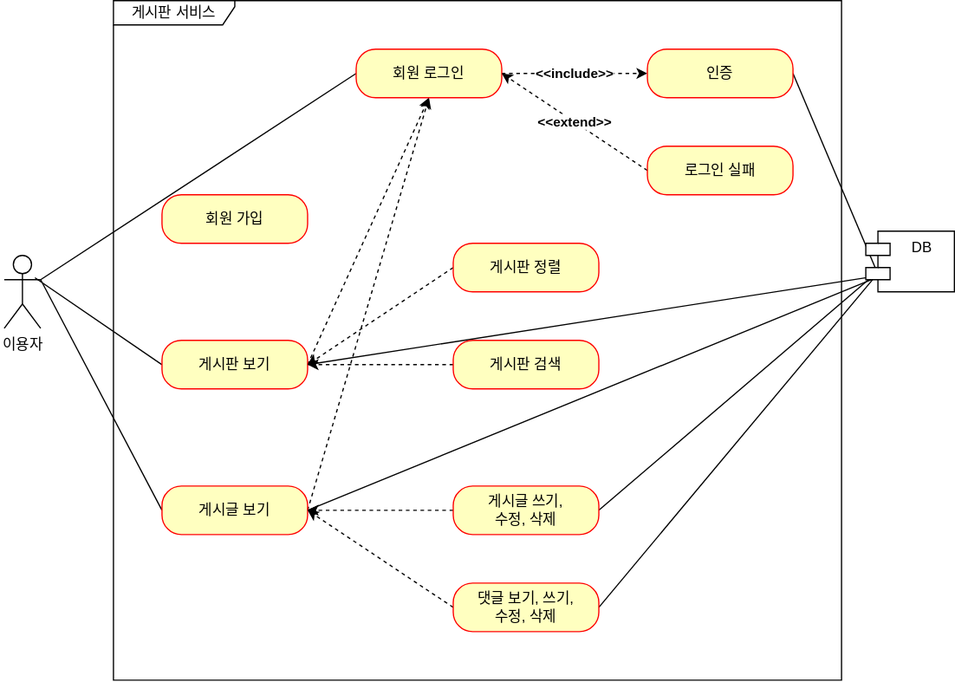
The draw.io diagram document/usecase.drawio.svg in Seong-Hoon-Lim/fastcampus-board-project, before a commit. Source tidied: cells renumbered, new cells last; positions are measured from the earlier drawing's top-left corner, leaving out a move shared by most shapes.
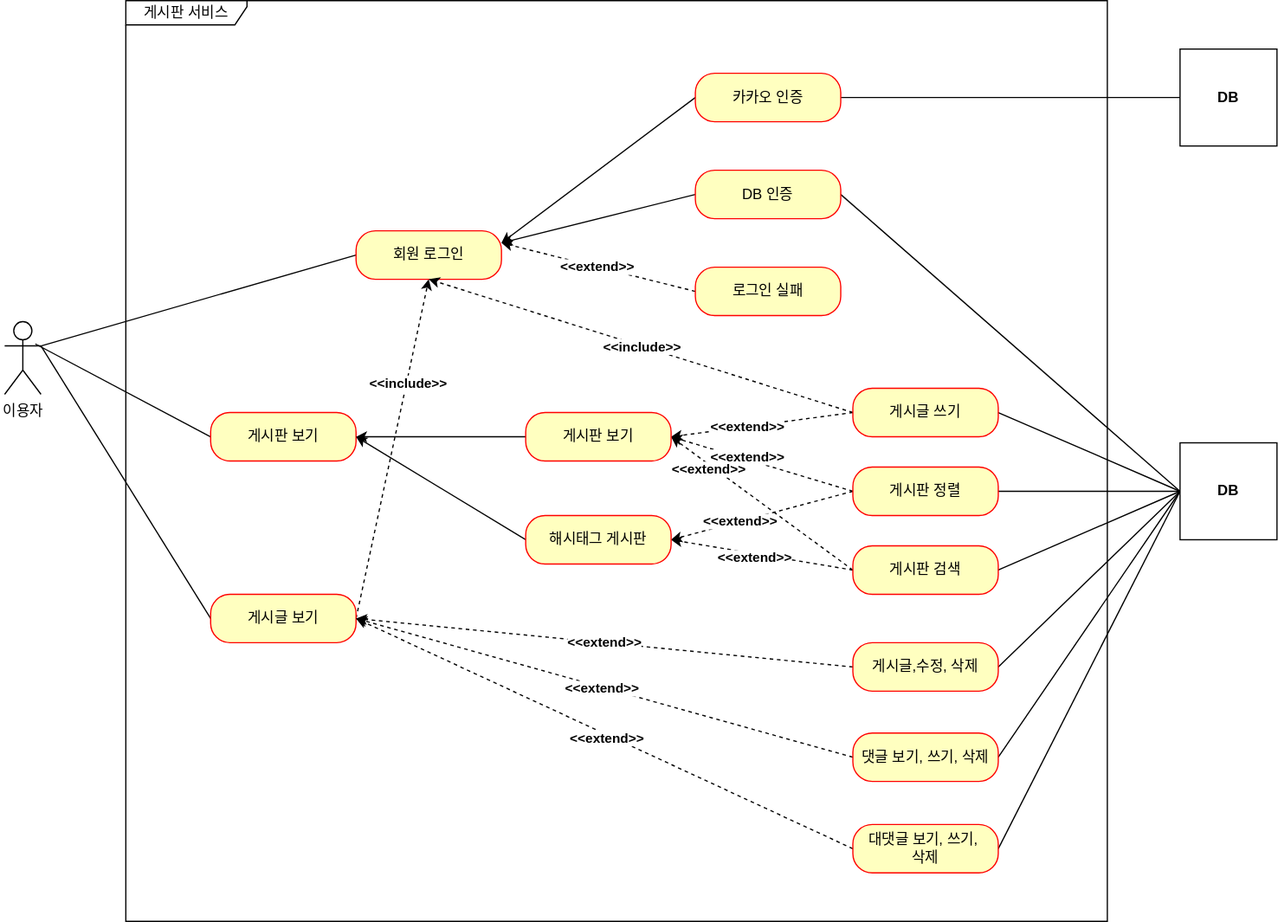
After the commit.

Commit message:
#46 - 게시판 고도화 작업으로 usecase 업데이트

What changed in the source:
```diff
@@ -3,22 +3,16 @@
     <mxCell id="0" />
     <mxCell id="1" parent="0" />
     <mxCell id="2" value="이용자" style="shape=umlActor;verticalLabelPosition=bottom;verticalAlign=top;html=1;" parent="1" vertex="1">
-      <mxGeometry y="210" width="30" height="60" as="geometry" />
+      <mxGeometry x="-80" y="185" width="30" height="60" as="geometry" />
     </mxCell>
     <mxCell id="3" value="게시판 서비스" style="shape=umlFrame;whiteSpace=wrap;html=1;width=100;height=20;" parent="1" vertex="1">
-      <mxGeometry x="90" width="600" height="560" as="geometry" />
+      <mxGeometry x="20" y="-80" width="810" height="760" as="geometry" />
     </mxCell>
     <mxCell id="4" style="rounded=0;jettySize=auto;html=1;exitX=0;exitY=0.5;exitDx=0;exitDy=0;entryX=0.844;entryY=0.306;entryDx=0;entryDy=0;entryPerimeter=0;endArrow=none;endFill=0;" parent="1" edge="1" source="7" target="2">
       <mxGeometry relative="1" as="geometry" />
     </mxCell>
-    <mxCell id="5" style="rounded=0;jettySize=auto;html=1;exitX=1;exitY=0.5;exitDx=0;exitDy=0;entryX=0.5;entryY=1;entryDx=0;entryDy=0;dashed=1;" parent="1" edge="1" source="7" target="14">
-      <mxGeometry relative="1" as="geometry" />
-    </mxCell>
-    <mxCell id="6" style="rounded=0;jettySize=auto;html=1;exitX=1;exitY=0.5;exitDx=0;exitDy=0;entryX=0.119;entryY=0.74;entryDx=0;entryDy=0;entryPerimeter=0;endArrow=none;endFill=0;" parent="1" edge="1" source="7" target="30">
-      <mxGeometry relative="1" as="geometry" />
-    </mxCell>
     <mxCell id="7" value="게시판 보기" style="rounded=1;whiteSpace=wrap;html=1;arcSize=40;fontColor=#000000;fillColor=#ffffc0;strokeColor=#ff0000;" parent="1" vertex="1">
-      <mxGeometry x="130" y="280" width="120" height="40" as="geometry" />
+      <mxGeometry x="90" y="260" width="120" height="40" as="geometry" />
     </mxCell>
     <mxCell id="8" style="rounded=0;jettySize=auto;html=1;exitX=0;exitY=0.5;exitDx=0;exitDy=0;entryX=1;entryY=0.3333333333333333;entryDx=0;entryDy=0;entryPerimeter=0;endArrow=none;endFill=0;" parent="1" edge="1" source="11" target="2">
       <mxGeometry relative="1" as="geometry" />
@@ -26,68 +20,156 @@
     <mxCell id="9" style="rounded=0;jettySize=auto;html=1;exitX=1;exitY=0.5;exitDx=0;exitDy=0;entryX=0.5;entryY=1;entryDx=0;entryDy=0;dashed=1;" parent="1" edge="1" source="11" target="14">
       <mxGeometry relative="1" as="geometry" />
     </mxCell>
-    <mxCell id="10" style="rounded=0;jettySize=auto;html=1;exitX=1;exitY=0.5;exitDx=0;exitDy=0;entryX=0.119;entryY=0.767;entryDx=0;entryDy=0;entryPerimeter=0;endArrow=none;endFill=0;" parent="1" edge="1" source="11" target="30">
-      <mxGeometry relative="1" as="geometry" />
-    </mxCell>
+    <mxCell id="31" value="&lt;b&gt;&amp;lt;&amp;lt;include&amp;gt;&amp;gt;&lt;/b&gt;" style="edgeLabel;html=1;align=center;verticalAlign=middle;" parent="9" vertex="1">
+      <mxGeometry x="0.39" y="-1" relative="1" as="geometry" />
+    </mxCell>
     <mxCell id="11" value="게시글 보기" style="rounded=1;whiteSpace=wrap;html=1;arcSize=40;fontColor=#000000;fillColor=#ffffc0;strokeColor=#ff0000;" parent="1" vertex="1">
-      <mxGeometry x="130" y="400" width="120" height="40" as="geometry" />
+      <mxGeometry x="90" y="410" width="120" height="40" as="geometry" />
     </mxCell>
     <mxCell id="12" style="rounded=0;jettySize=auto;html=1;exitX=0;exitY=0.5;exitDx=0;exitDy=0;entryX=1;entryY=0.3333333333333333;entryDx=0;entryDy=0;entryPerimeter=0;endArrow=none;endFill=0;" parent="1" edge="1" source="14" target="2">
       <mxGeometry relative="1" as="geometry" />
     </mxCell>
-    <mxCell id="13" value="&lt;b&gt;&amp;lt;&amp;lt;include&amp;gt;&amp;gt;&lt;/b&gt;" style="rounded=0;jettySize=auto;html=1;exitX=1;exitY=0.5;exitDx=0;exitDy=0;entryX=0;entryY=0.5;entryDx=0;entryDy=0;dashed=1;" parent="1" edge="1" source="14" target="26">
-      <mxGeometry relative="1" as="geometry" />
-    </mxCell>
     <mxCell id="14" value="회원 로그인" style="rounded=1;whiteSpace=wrap;html=1;arcSize=40;fontColor=#000000;fillColor=#ffffc0;strokeColor=#ff0000;" parent="1" vertex="1">
-      <mxGeometry x="290" y="40" width="120" height="40" as="geometry" />
+      <mxGeometry x="210" y="110" width="120" height="40" as="geometry" />
     </mxCell>
-    <mxCell id="15" style="rounded=0;jettySize=auto;html=1;exitX=0;exitY=0.5;exitDx=0;exitDy=0;dashed=1;entryX=1;entryY=0.5;entryDx=0;entryDy=0;" parent="1" edge="1" source="16" target="7">
-      <mxGeometry relative="1" as="geometry" />
-    </mxCell>
+    <mxCell id="32" style="rounded=0;jettySize=auto;html=1;exitX=1;exitY=0.5;exitDx=0;exitDy=0;entryX=0;entryY=0.5;entryDx=0;entryDy=0;endArrow=none;endFill=0;" parent="1" edge="1" source="16" target="66">
+      <mxGeometry relative="1" as="geometry" />
+    </mxCell>
+    <mxCell id="33" style="rounded=0;jettySize=auto;html=1;exitX=0;exitY=0.5;exitDx=0;exitDy=0;entryX=1;entryY=0.5;entryDx=0;entryDy=0;strokeColor=none;dashed=1;" parent="1" edge="1" source="16" target="63">
+      <mxGeometry relative="1" as="geometry" />
+    </mxCell>
+    <mxCell id="34" style="rounded=0;jettySize=auto;html=1;exitX=0;exitY=0.5;exitDx=0;exitDy=0;entryX=1;entryY=0.5;entryDx=0;entryDy=0;dashed=1;" parent="1" edge="1" source="16" target="63">
+      <mxGeometry relative="1" as="geometry" />
+    </mxCell>
+    <mxCell id="35" value="&lt;b&gt;&amp;lt;&amp;lt;extend&amp;gt;&amp;gt;&lt;/b&gt;" style="edgeLabel;html=1;align=center;verticalAlign=middle;" parent="34" vertex="1">
+      <mxGeometry x="0.18" y="-2" relative="1" as="geometry" />
+    </mxCell>
+    <mxCell id="36" style="rounded=0;jettySize=auto;html=1;exitX=0;exitY=0.5;exitDx=0;exitDy=0;entryX=1;entryY=0.5;entryDx=0;entryDy=0;dashed=1;" parent="1" edge="1" source="16" target="65">
+      <mxGeometry relative="1" as="geometry" />
+    </mxCell>
+    <mxCell id="37" value="&lt;b&gt;&amp;lt;&amp;lt;extend&amp;gt;&amp;gt;&lt;/b&gt;" style="edgeLabel;html=1;align=center;verticalAlign=middle;" parent="36" vertex="1">
+      <mxGeometry x="0.24" y="-1" relative="1" as="geometry" />
+    </mxCell>
     <mxCell id="16" value="게시판 정렬" style="rounded=1;whiteSpace=wrap;html=1;arcSize=40;fontColor=#000000;fillColor=#ffffc0;strokeColor=#ff0000;" parent="1" vertex="1">
-      <mxGeometry x="370" y="200" width="120" height="40" as="geometry" />
+      <mxGeometry x="620" y="305" width="120" height="40" as="geometry" />
     </mxCell>
-    <mxCell id="17" style="rounded=0;jettySize=auto;html=1;exitX=0;exitY=0.5;exitDx=0;exitDy=0;dashed=1;entryX=1;entryY=0.5;entryDx=0;entryDy=0;" parent="1" edge="1" source="18" target="7">
-      <mxGeometry relative="1" as="geometry" />
-    </mxCell>
+    <mxCell id="38" style="rounded=0;jettySize=auto;html=1;exitX=1;exitY=0.5;exitDx=0;exitDy=0;entryX=0;entryY=0.5;entryDx=0;entryDy=0;endArrow=none;endFill=0;" parent="1" edge="1" source="18" target="66">
+      <mxGeometry relative="1" as="geometry" />
+    </mxCell>
+    <mxCell id="39" style="rounded=0;jettySize=auto;html=1;exitX=0;exitY=0.5;exitDx=0;exitDy=0;entryX=1;entryY=0.5;entryDx=0;entryDy=0;dashed=1;" parent="1" edge="1" source="18" target="63">
+      <mxGeometry relative="1" as="geometry" />
+    </mxCell>
+    <mxCell id="40" value="&lt;b&gt;&amp;lt;&amp;lt;extend&amp;gt;&amp;gt;&lt;/b&gt;" style="edgeLabel;html=1;align=center;verticalAlign=middle;" parent="39" vertex="1">
+      <mxGeometry x="0.57" y="3" relative="1" as="geometry" />
+    </mxCell>
+    <mxCell id="41" style="rounded=0;jettySize=auto;html=1;exitX=0;exitY=0.5;exitDx=0;exitDy=0;dashed=1;entryX=1;entryY=0.5;entryDx=0;entryDy=0;" parent="1" edge="1" source="18" target="65">
+      <mxGeometry relative="1" as="geometry" />
+    </mxCell>
+    <mxCell id="42" value="&lt;b&gt;&amp;lt;&amp;lt;extend&amp;gt;&amp;gt;&lt;/b&gt;" style="edgeLabel;html=1;align=center;verticalAlign=middle;" parent="41" vertex="1">
+      <mxGeometry x="0.08" y="3" relative="1" as="geometry" />
+    </mxCell>
     <mxCell id="18" value="게시판 검색" style="rounded=1;whiteSpace=wrap;html=1;arcSize=40;fontColor=#000000;fillColor=#ffffc0;strokeColor=#ff0000;" parent="1" vertex="1">
-      <mxGeometry x="370" y="280" width="120" height="40" as="geometry" />
+      <mxGeometry x="620" y="370" width="120" height="40" as="geometry" />
     </mxCell>
+    <mxCell id="43" style="rounded=0;jettySize=auto;html=1;exitX=1;exitY=0.5;exitDx=0;exitDy=0;entryX=0;entryY=0.5;entryDx=0;entryDy=0;endArrow=none;endFill=0;" parent="1" edge="1" source="21" target="66">
+      <mxGeometry relative="1" as="geometry" />
+    </mxCell>
-    <mxCell id="19" style="edgeStyle=orthogonalEdgeStyle;rounded=0;jettySize=auto;html=1;exitX=0;exitY=0.5;exitDx=0;exitDy=0;entryX=1;entryY=0.5;entryDx=0;entryDy=0;dashed=1;" parent="1" edge="1" source="21" target="11">
+    <mxCell id="19" style="rounded=0;jettySize=auto;html=1;exitX=0;exitY=0.5;exitDx=0;exitDy=0;entryX=1;entryY=0.5;entryDx=0;entryDy=0;dashed=1;" parent="1" edge="1" source="21" target="11">
       <mxGeometry relative="1" as="geometry" />
     </mxCell>
-    <mxCell id="20" style="rounded=0;jettySize=auto;html=1;exitX=1;exitY=0.5;exitDx=0;exitDy=0;entryX=0.11;entryY=0.7;entryDx=0;entryDy=0;entryPerimeter=0;endArrow=none;endFill=0;" parent="1" edge="1" source="21" target="30">
-      <mxGeometry relative="1" as="geometry" />
-    </mxCell>
+    <mxCell id="44" value="&lt;b&gt;&amp;lt;&amp;lt;extend&amp;gt;&amp;gt;&lt;/b&gt;" style="edgeLabel;html=1;align=center;verticalAlign=middle;" parent="19" vertex="1">
+      <mxGeometry x="0.01" y="-1" relative="1" as="geometry">
+        <mxPoint y="1" as="offset" />
+      </mxGeometry>
+    </mxCell>
-    <mxCell id="21" value="게시글 쓰기,&lt;br&gt;수정, 삭제" style="rounded=1;whiteSpace=wrap;html=1;arcSize=40;fontColor=#000000;fillColor=#ffffc0;strokeColor=#ff0000;" parent="1" vertex="1">
-      <mxGeometry x="370" y="400" width="120" height="40" as="geometry" />
+    <mxCell id="21" value="게시글,수정, 삭제" style="rounded=1;whiteSpace=wrap;html=1;arcSize=40;fontColor=#000000;fillColor=#ffffc0;strokeColor=#ff0000;" parent="1" vertex="1">
+      <mxGeometry x="620" y="450" width="120" height="40" as="geometry" />
     </mxCell>
+    <mxCell id="45" style="rounded=0;jettySize=auto;html=1;exitX=1;exitY=0.5;exitDx=0;exitDy=0;entryX=0;entryY=0.5;entryDx=0;entryDy=0;endArrow=none;endFill=0;" parent="1" edge="1" source="24" target="66">
+      <mxGeometry relative="1" as="geometry" />
+    </mxCell>
     <mxCell id="22" style="rounded=0;jettySize=auto;html=1;exitX=0;exitY=0.5;exitDx=0;exitDy=0;entryX=1;entryY=0.5;entryDx=0;entryDy=0;dashed=1;" parent="1" edge="1" source="24" target="11">
       <mxGeometry relative="1" as="geometry" />
     </mxCell>
-    <mxCell id="23" style="rounded=0;jettySize=auto;html=1;exitX=1;exitY=0.5;exitDx=0;exitDy=0;entryX=0.11;entryY=0.74;entryDx=0;entryDy=0;entryPerimeter=0;endArrow=none;endFill=0;" parent="1" edge="1" source="24" target="30">
-      <mxGeometry relative="1" as="geometry" />
-    </mxCell>
+    <mxCell id="46" value="&lt;b&gt;&amp;lt;&amp;lt;extend&amp;gt;&amp;gt;&lt;/b&gt;" style="edgeLabel;html=1;align=center;verticalAlign=middle;" parent="22" vertex="1">
+      <mxGeometry y="1" relative="1" as="geometry">
+        <mxPoint x="-1" as="offset" />
+      </mxGeometry>
+    </mxCell>
-    <mxCell id="24" value="댓글 보기, 쓰기,&lt;br&gt;수정, 삭제" style="rounded=1;whiteSpace=wrap;html=1;arcSize=40;fontColor=#000000;fillColor=#ffffc0;strokeColor=#ff0000;" parent="1" vertex="1">
-      <mxGeometry x="370" y="480" width="120" height="40" as="geometry" />
+    <mxCell id="24" value="댓글 보기, 쓰기,&amp;nbsp;삭제" style="rounded=1;whiteSpace=wrap;html=1;arcSize=40;fontColor=#000000;fillColor=#ffffc0;strokeColor=#ff0000;" parent="1" vertex="1">
+      <mxGeometry x="620" y="524.5" width="120" height="40" as="geometry" />
     </mxCell>
-    <mxCell id="25" style="rounded=0;jettySize=auto;html=1;exitX=1;exitY=0.5;exitDx=0;exitDy=0;entryX=0.119;entryY=0.647;entryDx=0;entryDy=0;entryPerimeter=0;endArrow=none;endFill=0;" parent="1" edge="1" source="26" target="30">
-      <mxGeometry relative="1" as="geometry" />
-    </mxCell>
+    <mxCell id="47" style="rounded=0;jettySize=auto;html=1;exitX=0;exitY=0.5;exitDx=0;exitDy=0;entryX=1;entryY=0.25;entryDx=0;entryDy=0;" parent="1" edge="1" source="26" target="14">
+      <mxGeometry relative="1" as="geometry" />
+    </mxCell>
+    <mxCell id="48" style="rounded=0;jettySize=auto;html=1;exitX=1;exitY=0.5;exitDx=0;exitDy=0;entryX=0;entryY=0.5;entryDx=0;entryDy=0;endArrow=none;endFill=0;" parent="1" edge="1" source="26" target="66">
+      <mxGeometry relative="1" as="geometry" />
+    </mxCell>
-    <mxCell id="26" value="인증" style="rounded=1;whiteSpace=wrap;html=1;arcSize=40;fontColor=#000000;fillColor=#ffffc0;strokeColor=#ff0000;" parent="1" vertex="1">
-      <mxGeometry x="530" y="40" width="120" height="40" as="geometry" />
+    <mxCell id="26" value="DB 인증" style="rounded=1;whiteSpace=wrap;html=1;arcSize=40;fontColor=#000000;fillColor=#ffffc0;strokeColor=#ff0000;" parent="1" vertex="1">
+      <mxGeometry x="490" y="60" width="120" height="40" as="geometry" />
     </mxCell>
-    <mxCell id="27" value="&lt;b&gt;&amp;lt;&amp;lt;extend&amp;gt;&amp;gt;&lt;/b&gt;" style="rounded=0;jettySize=auto;html=1;exitX=0;exitY=0.5;exitDx=0;exitDy=0;entryX=1;entryY=0.5;entryDx=0;entryDy=0;dashed=1;" parent="1" edge="1" source="28" target="14">
+    <mxCell id="27" value="&lt;b&gt;&amp;lt;&amp;lt;extend&amp;gt;&amp;gt;&lt;/b&gt;" style="rounded=0;jettySize=auto;html=1;exitX=0;exitY=0.5;exitDx=0;exitDy=0;entryX=1;entryY=0.25;entryDx=0;entryDy=0;dashed=1;" parent="1" edge="1" source="28" target="14">
       <mxGeometry relative="1" as="geometry" />
     </mxCell>
     <mxCell id="28" value="로그인 실패" style="rounded=1;whiteSpace=wrap;html=1;arcSize=40;fontColor=#000000;fillColor=#ffffc0;strokeColor=#ff0000;" parent="1" vertex="1">
-      <mxGeometry x="530" y="120" width="120" height="40" as="geometry" />
+      <mxGeometry x="490" y="140" width="120" height="40" as="geometry" />
     </mxCell>
-    <mxCell id="29" value="회원 가입" style="rounded=1;whiteSpace=wrap;html=1;arcSize=40;fontColor=#000000;fillColor=#ffffc0;strokeColor=#ff0000;" parent="1" vertex="1">
-      <mxGeometry x="130" y="160" width="120" height="40" as="geometry" />
-    </mxCell>
-    <mxCell id="30" value="DB" style="shape=module;align=left;spacingLeft=20;align=center;verticalAlign=top;whiteSpace=wrap;html=1;" parent="1" vertex="1">
-      <mxGeometry x="710" y="190" width="73" height="50" as="geometry" />
-    </mxCell>
+    <mxCell id="49" style="rounded=0;jettySize=auto;html=1;exitX=0;exitY=0.5;exitDx=0;exitDy=0;entryX=1;entryY=0.25;entryDx=0;entryDy=0;" parent="1" edge="1" source="51" target="14">
+      <mxGeometry relative="1" as="geometry" />
+    </mxCell>
+    <mxCell id="50" style="edgeStyle=orthogonalEdgeStyle;rounded=0;jettySize=auto;html=1;exitX=1;exitY=0.5;exitDx=0;exitDy=0;endArrow=none;endFill=0;" parent="1" edge="1" source="51" target="67">
+      <mxGeometry relative="1" as="geometry" />
+    </mxCell>
+    <mxCell id="51" value="카카오 인증" style="rounded=1;whiteSpace=wrap;html=1;arcSize=40;fontColor=#000000;fillColor=#ffffc0;strokeColor=#ff0000;" parent="1" vertex="1">
+      <mxGeometry x="490" y="-20" width="120" height="40" as="geometry" />
+    </mxCell>
+    <mxCell id="52" style="rounded=0;jettySize=auto;html=1;exitX=1;exitY=0.5;exitDx=0;exitDy=0;entryX=0;entryY=0.5;entryDx=0;entryDy=0;endArrow=none;endFill=0;" parent="1" edge="1" source="57" target="66">
+      <mxGeometry relative="1" as="geometry" />
+    </mxCell>
+    <mxCell id="53" style="rounded=0;jettySize=auto;html=1;exitX=0;exitY=0.5;exitDx=0;exitDy=0;entryX=0.5;entryY=1;entryDx=0;entryDy=0;endArrow=classic;endFill=1;dashed=1;" parent="1" edge="1" source="57" target="14">
+      <mxGeometry relative="1" as="geometry" />
+    </mxCell>
+    <mxCell id="54" value="&lt;b&gt;&amp;lt;&amp;lt;include&amp;gt;&amp;gt;&lt;/b&gt;" style="edgeLabel;html=1;align=center;verticalAlign=middle;" parent="53" vertex="1">
+      <mxGeometry relative="1" as="geometry" />
+    </mxCell>
+    <mxCell id="55" style="rounded=0;jettySize=auto;html=1;exitX=0;exitY=0.5;exitDx=0;exitDy=0;entryX=1;entryY=0.5;entryDx=0;entryDy=0;dashed=1;" parent="1" edge="1" source="57" target="63">
+      <mxGeometry relative="1" as="geometry" />
+    </mxCell>
+    <mxCell id="56" value="&lt;b&gt;&amp;lt;&amp;lt;extend&amp;gt;&amp;gt;&lt;/b&gt;" style="edgeLabel;html=1;align=center;verticalAlign=middle;" parent="55" vertex="1">
+      <mxGeometry x="0.17" relative="1" as="geometry" />
+    </mxCell>
+    <mxCell id="57" value="게시글 쓰기" style="rounded=1;whiteSpace=wrap;html=1;arcSize=40;fontColor=#000000;fillColor=#ffffc0;strokeColor=#ff0000;" parent="1" vertex="1">
+      <mxGeometry x="620" y="240" width="120" height="40" as="geometry" />
+    </mxCell>
+    <mxCell id="58" style="rounded=0;jettySize=auto;html=1;exitX=1;exitY=0.5;exitDx=0;exitDy=0;entryX=0;entryY=0.5;entryDx=0;entryDy=0;endArrow=none;endFill=0;" parent="1" edge="1" source="61" target="66">
+      <mxGeometry relative="1" as="geometry" />
+    </mxCell>
+    <mxCell id="59" style="rounded=0;jettySize=auto;html=1;exitX=0;exitY=0.5;exitDx=0;exitDy=0;entryX=1;entryY=0.5;entryDx=0;entryDy=0;dashed=1;" parent="1" edge="1" source="61" target="11">
+      <mxGeometry relative="1" as="geometry" />
+    </mxCell>
+    <mxCell id="60" value="&lt;b&gt;&amp;lt;&amp;lt;extend&amp;gt;&amp;gt;&lt;/b&gt;" style="edgeLabel;html=1;align=center;verticalAlign=middle;" parent="59" vertex="1">
+      <mxGeometry x="-0.01" y="3" relative="1" as="geometry" />
+    </mxCell>
+    <mxCell id="61" value="대댓글 보기, 쓰기,&amp;nbsp;&lt;br&gt;삭제" style="rounded=1;whiteSpace=wrap;html=1;arcSize=40;fontColor=#000000;fillColor=#ffffc0;strokeColor=#ff0000;" parent="1" vertex="1">
+      <mxGeometry x="620" y="600" width="120" height="40" as="geometry" />
+    </mxCell>
+    <mxCell id="62" style="edgeStyle=orthogonalEdgeStyle;rounded=0;jettySize=auto;html=1;exitX=0;exitY=0.5;exitDx=0;exitDy=0;" parent="1" edge="1" source="63" target="7">
+      <mxGeometry relative="1" as="geometry" />
+    </mxCell>
+    <mxCell id="63" value="게시판 보기" style="rounded=1;whiteSpace=wrap;html=1;arcSize=40;fontColor=#000000;fillColor=#ffffc0;strokeColor=#ff0000;" parent="1" vertex="1">
+      <mxGeometry x="350" y="260" width="120" height="40" as="geometry" />
+    </mxCell>
+    <mxCell id="64" style="rounded=0;jettySize=auto;html=1;exitX=0;exitY=0.5;exitDx=0;exitDy=0;entryX=1;entryY=0.5;entryDx=0;entryDy=0;" parent="1" edge="1" source="65" target="7">
+      <mxGeometry relative="1" as="geometry" />
+    </mxCell>
+    <mxCell id="65" value="해시태그 게시판" style="rounded=1;whiteSpace=wrap;html=1;arcSize=40;fontColor=#000000;fillColor=#ffffc0;strokeColor=#ff0000;" parent="1" vertex="1">
+      <mxGeometry x="350" y="345" width="120" height="40" as="geometry" />
+    </mxCell>
+    <mxCell id="66" value="&lt;b&gt;DB&lt;/b&gt;" style="whiteSpace=wrap;html=1;" parent="1" vertex="1">
+      <mxGeometry x="890" y="285" width="80" height="80" as="geometry" />
+    </mxCell>
+    <mxCell id="67" value="&lt;b&gt;DB&lt;/b&gt;" style="whiteSpace=wrap;html=1;" parent="1" vertex="1">
+      <mxGeometry x="890" y="-40" width="80" height="80" as="geometry" />
+    </mxCell>
   </root>
 </mxGraphModel>
```
